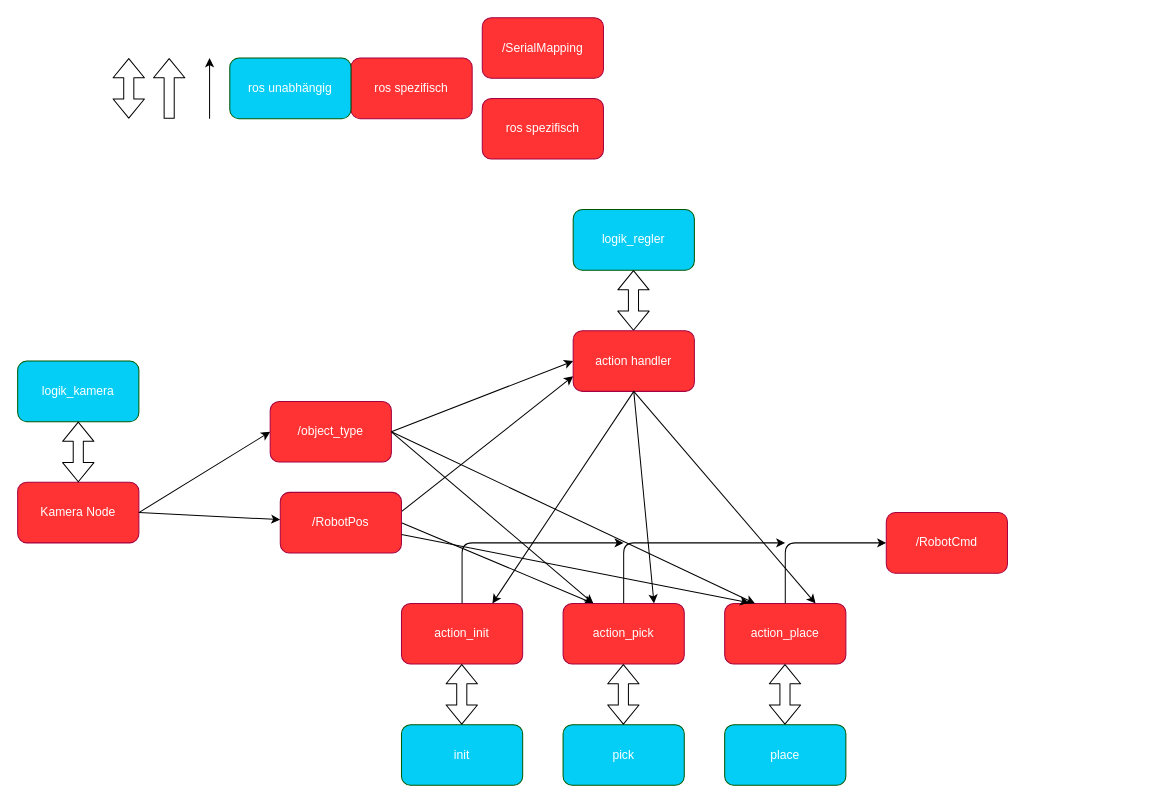
Above: SW_architecture.drawio in ibinsandig/Portal-zur-Exmatrikulation (draw.io), before the change. Source tidied: cells renumbered, new cells numbered last; positions are measured from the earlier drawing's top-left corner, leaving out a move shared by most shapes. Both pictures are drawn from the tidied source at 101%, with x=0, y=0 at pixel (17, 17).
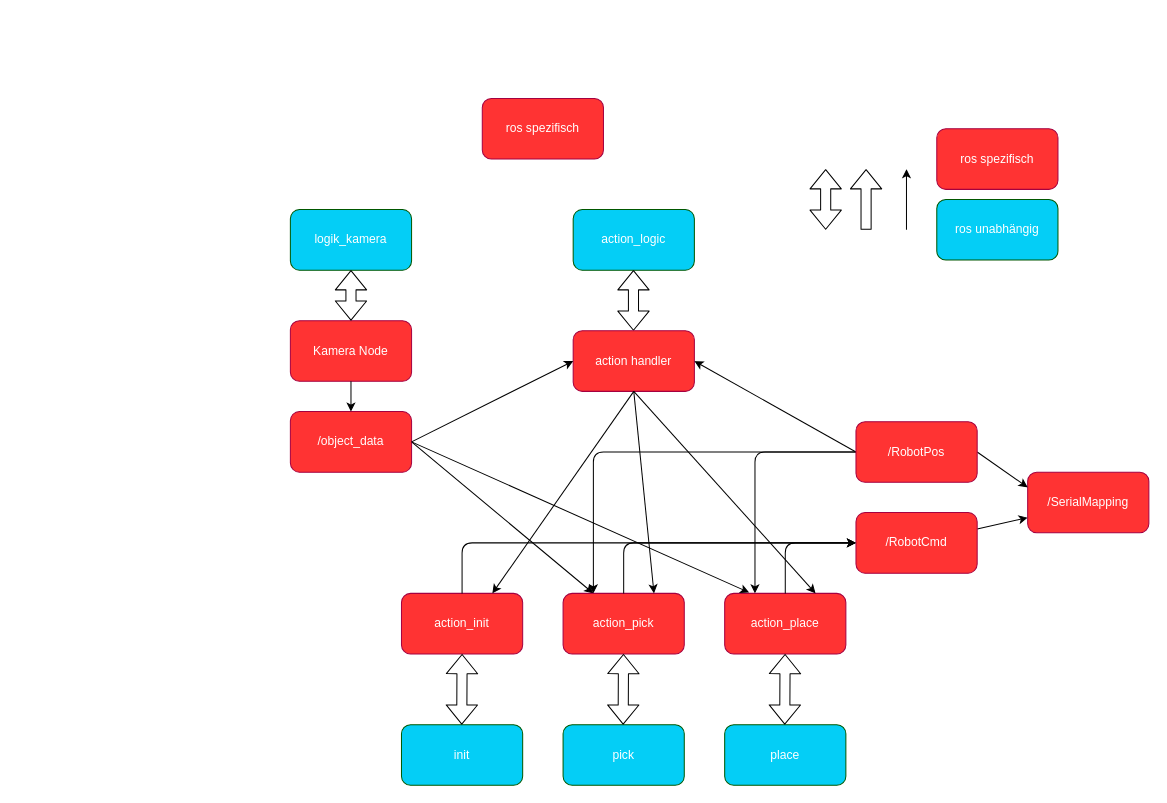
Above is the later version.

Unchanged cells that the change refers to:
```xml
<mxCell id="33" value="action handler" style="rounded=1;whiteSpace=wrap;html=1;fillColor=#FF3333;fontColor=#ffffff;strokeColor=#A50040;" parent="1" vertex="1">
  <mxGeometry x="550" y="310" width="120" height="60" as="geometry" />
</mxCell>
```

Diff of the diagram source:
```diff
@@
     <mxCell id="2" value="ros spezifisch" style="rounded=1;whiteSpace=wrap;html=1;fillColor=#FF3333;fontColor=#ffffff;strokeColor=#A50040;" parent="1" vertex="1">
-      <mxGeometry x="330" y="40" width="120" height="60" as="geometry" />
+      <mxGeometry x="910" y="110" width="120" height="60" as="geometry" />
     </mxCell>
     <mxCell id="3" value="ros unabhängig" style="rounded=1;whiteSpace=wrap;html=1;fillColor=light-dark(#04cef6, #43ba43);fontColor=#ffffff;strokeColor=#005700;" parent="1" vertex="1">
-      <mxGeometry x="210" y="40" width="120" height="60" as="geometry" />
+      <mxGeometry x="910" y="180" width="120" height="60" as="geometry" />
     </mxCell>
     <mxCell id="4" value="logik_kamera" style="rounded=1;whiteSpace=wrap;html=1;fillColor=light-dark(#04cef6, #43ba43);fontColor=#ffffff;strokeColor=#005700;" parent="1" vertex="1">
-      <mxGeometry y="340" width="120" height="60" as="geometry" />
+      <mxGeometry x="270" y="190" width="120" height="60" as="geometry" />
     </mxCell>
-    <mxCell id="5" value="logik_regler" style="rounded=1;whiteSpace=wrap;html=1;fillColor=light-dark(#04cef6, #43ba43);fontColor=#ffffff;strokeColor=#005700;" parent="1" vertex="1">
+    <mxCell id="5" value="action_logic" style="rounded=1;whiteSpace=wrap;html=1;fillColor=light-dark(#04cef6, #43ba43);fontColor=#ffffff;strokeColor=#005700;" parent="1" vertex="1">
       <mxGeometry x="550" y="190" width="120" height="60" as="geometry" />
     </mxCell>
+    <mxCell id="41" style="edgeStyle=none;html=1;entryX=0;entryY=0.75;entryDx=0;entryDy=0;" parent="1" edge="1" source="6" target="10">
+      <mxGeometry relative="1" as="geometry" />
+    </mxCell>
     <mxCell id="6" value="/RobotCmd" style="rounded=1;whiteSpace=wrap;html=1;fillColor=#FF3333;fontColor=#ffffff;strokeColor=#A50040;" parent="1" vertex="1">
-      <mxGeometry x="860" y="490" width="120" height="60" as="geometry" />
+      <mxGeometry x="830" y="490" width="120" height="60" as="geometry" />
     </mxCell>
-    <mxCell id="7" style="edgeStyle=none;html=1;exitX=1;exitY=0.5;exitDx=0;exitDy=0;entryX=0.25;entryY=0;entryDx=0;entryDy=0;" parent="1" edge="1" source="9" target="20">
+    <mxCell id="7" style="edgeStyle=none;html=1;exitX=1;exitY=0.5;exitDx=0;exitDy=0;entryX=0.25;entryY=0;entryDx=0;entryDy=0;" parent="1" edge="1" source="31" target="20">
       <mxGeometry relative="1" as="geometry" />
     </mxCell>
-    <mxCell id="8" style="edgeStyle=none;html=1;entryX=0;entryY=0.75;entryDx=0;entryDy=0;exitX=1.002;exitY=0.314;exitDx=0;exitDy=0;exitPerimeter=0;" parent="1" edge="1" source="9" target="33">
-      <mxGeometry relative="1" as="geometry" />
-    </mxCell>
-    <mxCell id="9" value="/RobotPos" style="rounded=1;whiteSpace=wrap;html=1;fillColor=#FF3333;fontColor=#ffffff;strokeColor=#A50040;" parent="1" vertex="1">
-      <mxGeometry x="260" y="470" width="120" height="60" as="geometry" />
-    </mxCell>
     <mxCell id="10" value="/SerialMapping" style="rounded=1;whiteSpace=wrap;html=1;fillColor=#FF3333;fontColor=#ffffff;strokeColor=#A50040;" parent="1" vertex="1">
-      <mxGeometry x="460" width="120" height="60" as="geometry" />
+      <mxGeometry x="1000" y="450" width="120" height="60" as="geometry" />
     </mxCell>
@@
     <mxCell id="12" value="Kamera Node" style="rounded=1;whiteSpace=wrap;html=1;fillColor=#FF3333;fontColor=#ffffff;strokeColor=#A50040;" parent="1" vertex="1">
-      <mxGeometry y="460" width="120" height="60" as="geometry" />
+      <mxGeometry x="270" y="300" width="120" height="60" as="geometry" />
     </mxCell>
-    <mxCell id="13" style="endArrow=classic;html=1;exitX=1;exitY=0.5;exitDx=0;exitDy=0;" parent="1" edge="1" source="12" target="9">
-      <mxGeometry relative="1" as="geometry" />
-    </mxCell>
     <mxCell id="14" style="endArrow=classic;html=1;" parent="1" edge="1">
       <mxGeometry relative="1" as="geometry">
-        <mxPoint x="190" y="100" as="sourcePoint" />
-        <mxPoint x="190" y="40" as="targetPoint" />
+        <mxPoint x="880" y="210" as="sourcePoint" />
+        <mxPoint x="880" y="150" as="targetPoint" />
       </mxGeometry>
     </mxCell>
     <mxCell id="15" style="shape=flexArrow;endArrow=classic;html=1;" parent="1" edge="1">
       <mxGeometry relative="1" as="geometry">
-        <mxPoint x="150" y="100" as="sourcePoint" />
-        <mxPoint x="150" y="40" as="targetPoint" />
+        <mxPoint x="840" y="210" as="sourcePoint" />
+        <mxPoint x="840" y="150" as="targetPoint" />
       </mxGeometry>
     </mxCell>
@@
     <mxCell id="19" value="action_init" style="rounded=1;whiteSpace=wrap;html=1;fillColor=#FF3333;fontColor=#ffffff;strokeColor=#A50040;" parent="1" vertex="1">
-      <mxGeometry x="380" y="580" width="120" height="60" as="geometry" />
+      <mxGeometry x="380" y="570" width="120" height="60" as="geometry" />
     </mxCell>
     <mxCell id="20" value="action_pick" style="rounded=1;whiteSpace=wrap;html=1;fillColor=#FF3333;fontColor=#ffffff;strokeColor=#A50040;" parent="1" vertex="1">
-      <mxGeometry x="540" y="580" width="120" height="60" as="geometry" />
+      <mxGeometry x="540" y="570" width="120" height="60" as="geometry" />
     </mxCell>
     <mxCell id="21" value="action_place" style="rounded=1;whiteSpace=wrap;html=1;fillColor=#FF3333;fontColor=#ffffff;strokeColor=#A50040;" parent="1" vertex="1">
-      <mxGeometry x="700" y="580" width="120" height="60" as="geometry" />
+      <mxGeometry x="700" y="570" width="120" height="60" as="geometry" />
     </mxCell>
     <mxCell id="22" style="shape=flexArrow;endArrow=classic;startArrow=classic;html=1;entryX=0.5;entryY=1;entryDx=0;entryDy=0;" parent="1" edge="1">
       <mxGeometry relative="1" as="geometry">
-        <mxPoint x="110" y="100" as="sourcePoint" />
-        <mxPoint x="110" y="40" as="targetPoint" />
+        <mxPoint x="800" y="210" as="sourcePoint" />
+        <mxPoint x="800" y="150" as="targetPoint" />
       </mxGeometry>
     </mxCell>
@@
-    <mxCell id="25" style="shape=flexArrow;endArrow=classic;startArrow=classic;html=1;entryX=0.5;entryY=1;entryDx=0;entryDy=0;" parent="1" edge="1">
+    <mxCell id="25" style="shape=flexArrow;endArrow=classic;startArrow=classic;html=1;entryX=0.5;entryY=1;entryDx=0;entryDy=0;" parent="1" edge="1" target="19">
       <mxGeometry relative="1" as="geometry">
         <mxPoint x="439.7" y="700" as="sourcePoint" />
-        <mxPoint x="439.7" y="640" as="targetPoint" />
       </mxGeometry>
     </mxCell>
-    <mxCell id="26" style="shape=flexArrow;endArrow=classic;startArrow=classic;html=1;entryX=0.5;entryY=1;entryDx=0;entryDy=0;" parent="1" edge="1">
-      <mxGeometry relative="1" as="geometry">
-        <mxPoint x="599.7" y="700" as="sourcePoint" />
-        <mxPoint x="599.7" y="640" as="targetPoint" />
-      </mxGeometry>
-    </mxCell>
-    <mxCell id="27" style="shape=flexArrow;endArrow=classic;startArrow=classic;html=1;entryX=0.5;entryY=1;entryDx=0;entryDy=0;" parent="1" edge="1">
-      <mxGeometry relative="1" as="geometry">
-        <mxPoint x="759.7" y="700" as="sourcePoint" />
-        <mxPoint x="759.7" y="640" as="targetPoint" />
-      </mxGeometry>
-    </mxCell>
-    <mxCell id="28" style="endArrow=classic;html=1;" parent="1" edge="1">
+    <mxCell id="28" style="endArrow=classic;html=1;exitX=0.5;exitY=0;exitDx=0;exitDy=0;entryX=0;entryY=0.5;entryDx=0;entryDy=0;" parent="1" edge="1" source="20" target="6">
       <mxGeometry relative="1" as="geometry">
-        <mxPoint x="600" y="580" as="sourcePoint" />
-        <mxPoint x="760" y="520" as="targetPoint" />
         <Array as="points">
           <mxPoint x="600" y="520" />
         </Array>
       </mxGeometry>
     </mxCell>
-    <mxCell id="29" style="endArrow=classic;html=1;exitX=0.5;exitY=0;exitDx=0;exitDy=0;" parent="1" edge="1" source="19">
+    <mxCell id="29" style="endArrow=classic;html=1;exitX=0.5;exitY=0;exitDx=0;exitDy=0;entryX=0;entryY=0.5;entryDx=0;entryDy=0;" parent="1" edge="1" source="19" target="6">
       <mxGeometry relative="1" as="geometry">
-        <mxPoint x="600" y="520" as="targetPoint" />
         <Array as="points">
           <mxPoint x="440" y="520" />
         </Array>
       </mxGeometry>
     </mxCell>
-    <mxCell id="30" style="endArrow=classic;html=1;entryX=0;entryY=0.5;entryDx=0;entryDy=0;" parent="1" edge="1" target="6">
+    <mxCell id="30" style="endArrow=classic;html=1;entryX=0;entryY=0.5;entryDx=0;entryDy=0;exitX=0.5;exitY=0;exitDx=0;exitDy=0;" parent="1" edge="1" source="21" target="6">
       <mxGeometry relative="1" as="geometry">
-        <mxPoint x="760" y="580" as="sourcePoint" />
         <Array as="points">
           <mxPoint x="760" y="520" />
         </Array>
       </mxGeometry>
     </mxCell>
-    <mxCell id="31" value="/object_type" style="rounded=1;whiteSpace=wrap;html=1;fillColor=#FF3333;fontColor=#ffffff;strokeColor=#A50040;" parent="1" vertex="1">
-      <mxGeometry x="250" y="380" width="120" height="60" as="geometry" />
+    <mxCell id="31" value="/object_data" style="rounded=1;whiteSpace=wrap;html=1;fillColor=#FF3333;fontColor=#ffffff;strokeColor=#A50040;" parent="1" vertex="1">
+      <mxGeometry x="270" y="390" width="120" height="60" as="geometry" />
     </mxCell>
-    <mxCell id="32" style="edgeStyle=none;html=1;exitX=1;exitY=0.5;exitDx=0;exitDy=0;entryX=0;entryY=0.5;entryDx=0;entryDy=0;" parent="1" edge="1" source="12" target="31">
+    <mxCell id="32" style="edgeStyle=none;html=1;exitX=0.5;exitY=1;exitDx=0;exitDy=0;entryX=0.5;entryY=0;entryDx=0;entryDy=0;" parent="1" edge="1" source="12" target="31">
       <mxGeometry relative="1" as="geometry" />
     </mxCell>
@@
-    <mxCell id="38" style="endArrow=classic;html=1;entryX=0.25;entryY=0;entryDx=0;entryDy=0;exitX=1;exitY=0.5;exitDx=0;exitDy=0;" parent="1" edge="1" source="31" target="20">
-      <mxGeometry relative="1" as="geometry" />
-    </mxCell>
-    <mxCell id="39" style="endArrow=classic;html=1;exitX=1;exitY=0.5;exitDx=0;exitDy=0;" parent="1" edge="1" source="31">
-      <mxGeometry relative="1" as="geometry">
-        <mxPoint x="730" y="580" as="targetPoint" />
-      </mxGeometry>
-    </mxCell>
-    <mxCell id="40" style="edgeStyle=none;html=1;entryX=0.202;entryY=-0.014;entryDx=0;entryDy=0;entryPerimeter=0;" parent="1" edge="1" source="9" target="21">
+    <mxCell id="40" style="edgeStyle=none;html=1;entryX=0.202;entryY=-0.014;entryDx=0;entryDy=0;entryPerimeter=0;exitX=1;exitY=0.5;exitDx=0;exitDy=0;" parent="1" edge="1" source="31" target="21">
       <mxGeometry relative="1" as="geometry" />
     </mxCell>
+    <mxCell id="42" style="shape=flexArrow;endArrow=classic;startArrow=classic;html=1;entryX=0.5;entryY=1;entryDx=0;entryDy=0;" parent="1" edge="1">
+      <mxGeometry relative="1" as="geometry">
+        <mxPoint x="599.5" y="700" as="sourcePoint" />
+        <mxPoint x="599.8" y="630" as="targetPoint" />
+      </mxGeometry>
+    </mxCell>
+    <mxCell id="43" style="shape=flexArrow;endArrow=classic;startArrow=classic;html=1;entryX=0.5;entryY=1;entryDx=0;entryDy=0;" parent="1" edge="1">
+      <mxGeometry relative="1" as="geometry">
+        <mxPoint x="759.5" y="700" as="sourcePoint" />
+        <mxPoint x="759.8" y="630" as="targetPoint" />
+      </mxGeometry>
+    </mxCell>
+    <mxCell id="8" style="edgeStyle=none;html=1;exitX=0;exitY=0.5;exitDx=0;exitDy=0;entryX=1;entryY=0.5;entryDx=0;entryDy=0;" parent="1" edge="1" source="9" target="33">
+      <mxGeometry relative="1" as="geometry" />
+    </mxCell>
+    <mxCell id="44" style="edgeStyle=none;html=1;entryX=0.25;entryY=0;entryDx=0;entryDy=0;" parent="1" edge="1" source="9" target="21">
+      <mxGeometry relative="1" as="geometry">
+        <Array as="points">
+          <mxPoint x="730" y="430" />
+        </Array>
+      </mxGeometry>
+    </mxCell>
+    <mxCell id="45" style="edgeStyle=none;html=1;exitX=0;exitY=0.5;exitDx=0;exitDy=0;entryX=0.25;entryY=0;entryDx=0;entryDy=0;" parent="1" edge="1" source="9" target="20">
+      <mxGeometry relative="1" as="geometry">
+        <Array as="points">
+          <mxPoint x="570" y="430" />
+        </Array>
+      </mxGeometry>
+    </mxCell>
+    <mxCell id="46" style="edgeStyle=none;html=1;exitX=1;exitY=0.5;exitDx=0;exitDy=0;entryX=0;entryY=0.25;entryDx=0;entryDy=0;" parent="1" edge="1" source="9" target="10">
+      <mxGeometry relative="1" as="geometry" />
+    </mxCell>
+    <mxCell id="9" value="/RobotPos" style="rounded=1;whiteSpace=wrap;html=1;fillColor=#FF3333;fontColor=#ffffff;strokeColor=#A50040;" parent="1" vertex="1">
+      <mxGeometry x="830" y="400" width="120" height="60" as="geometry" />
+    </mxCell>
```
